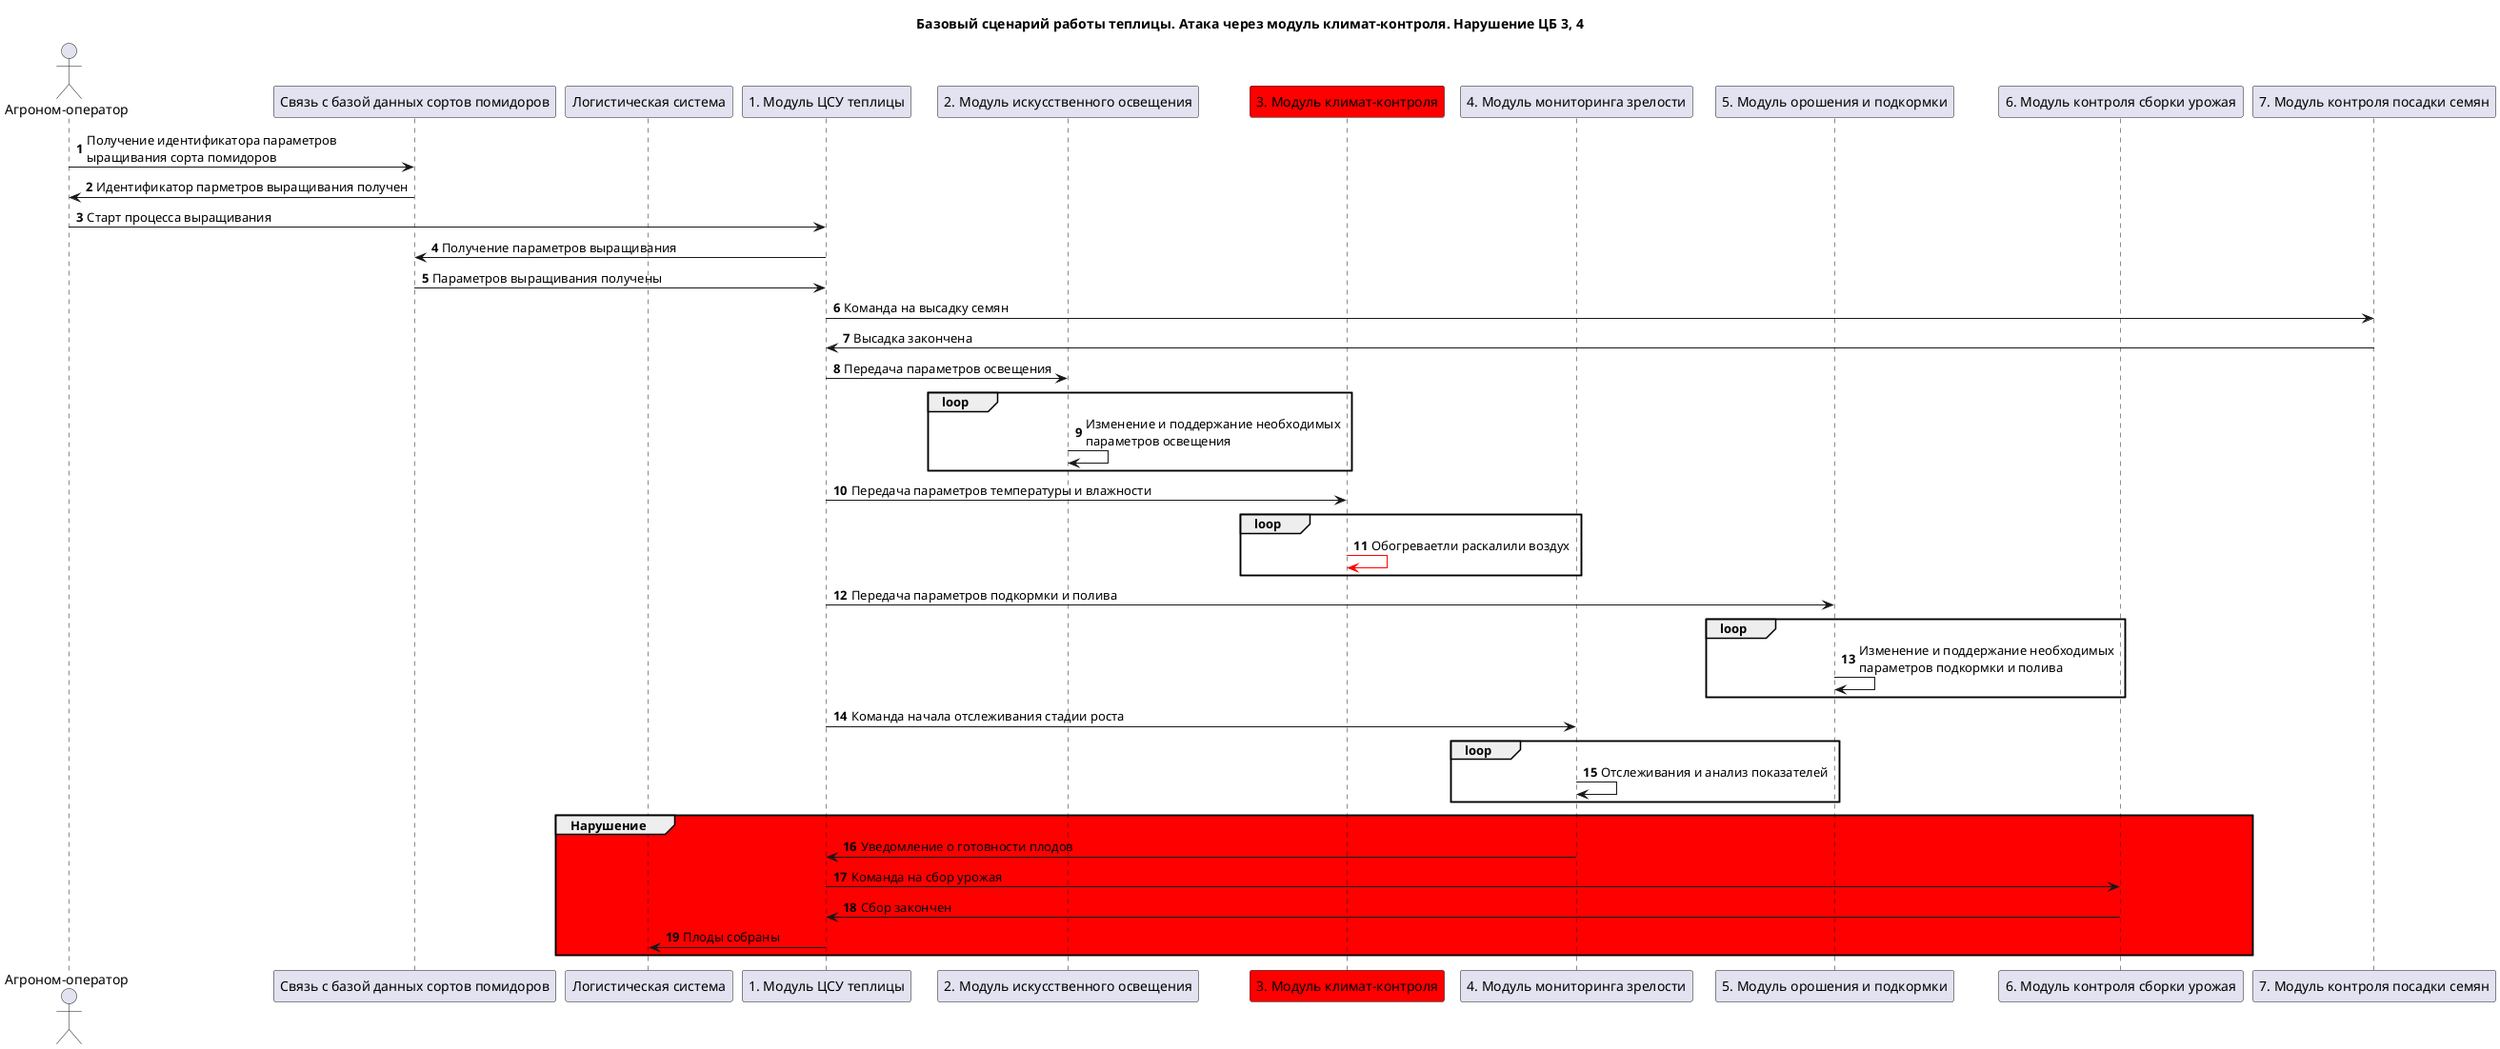
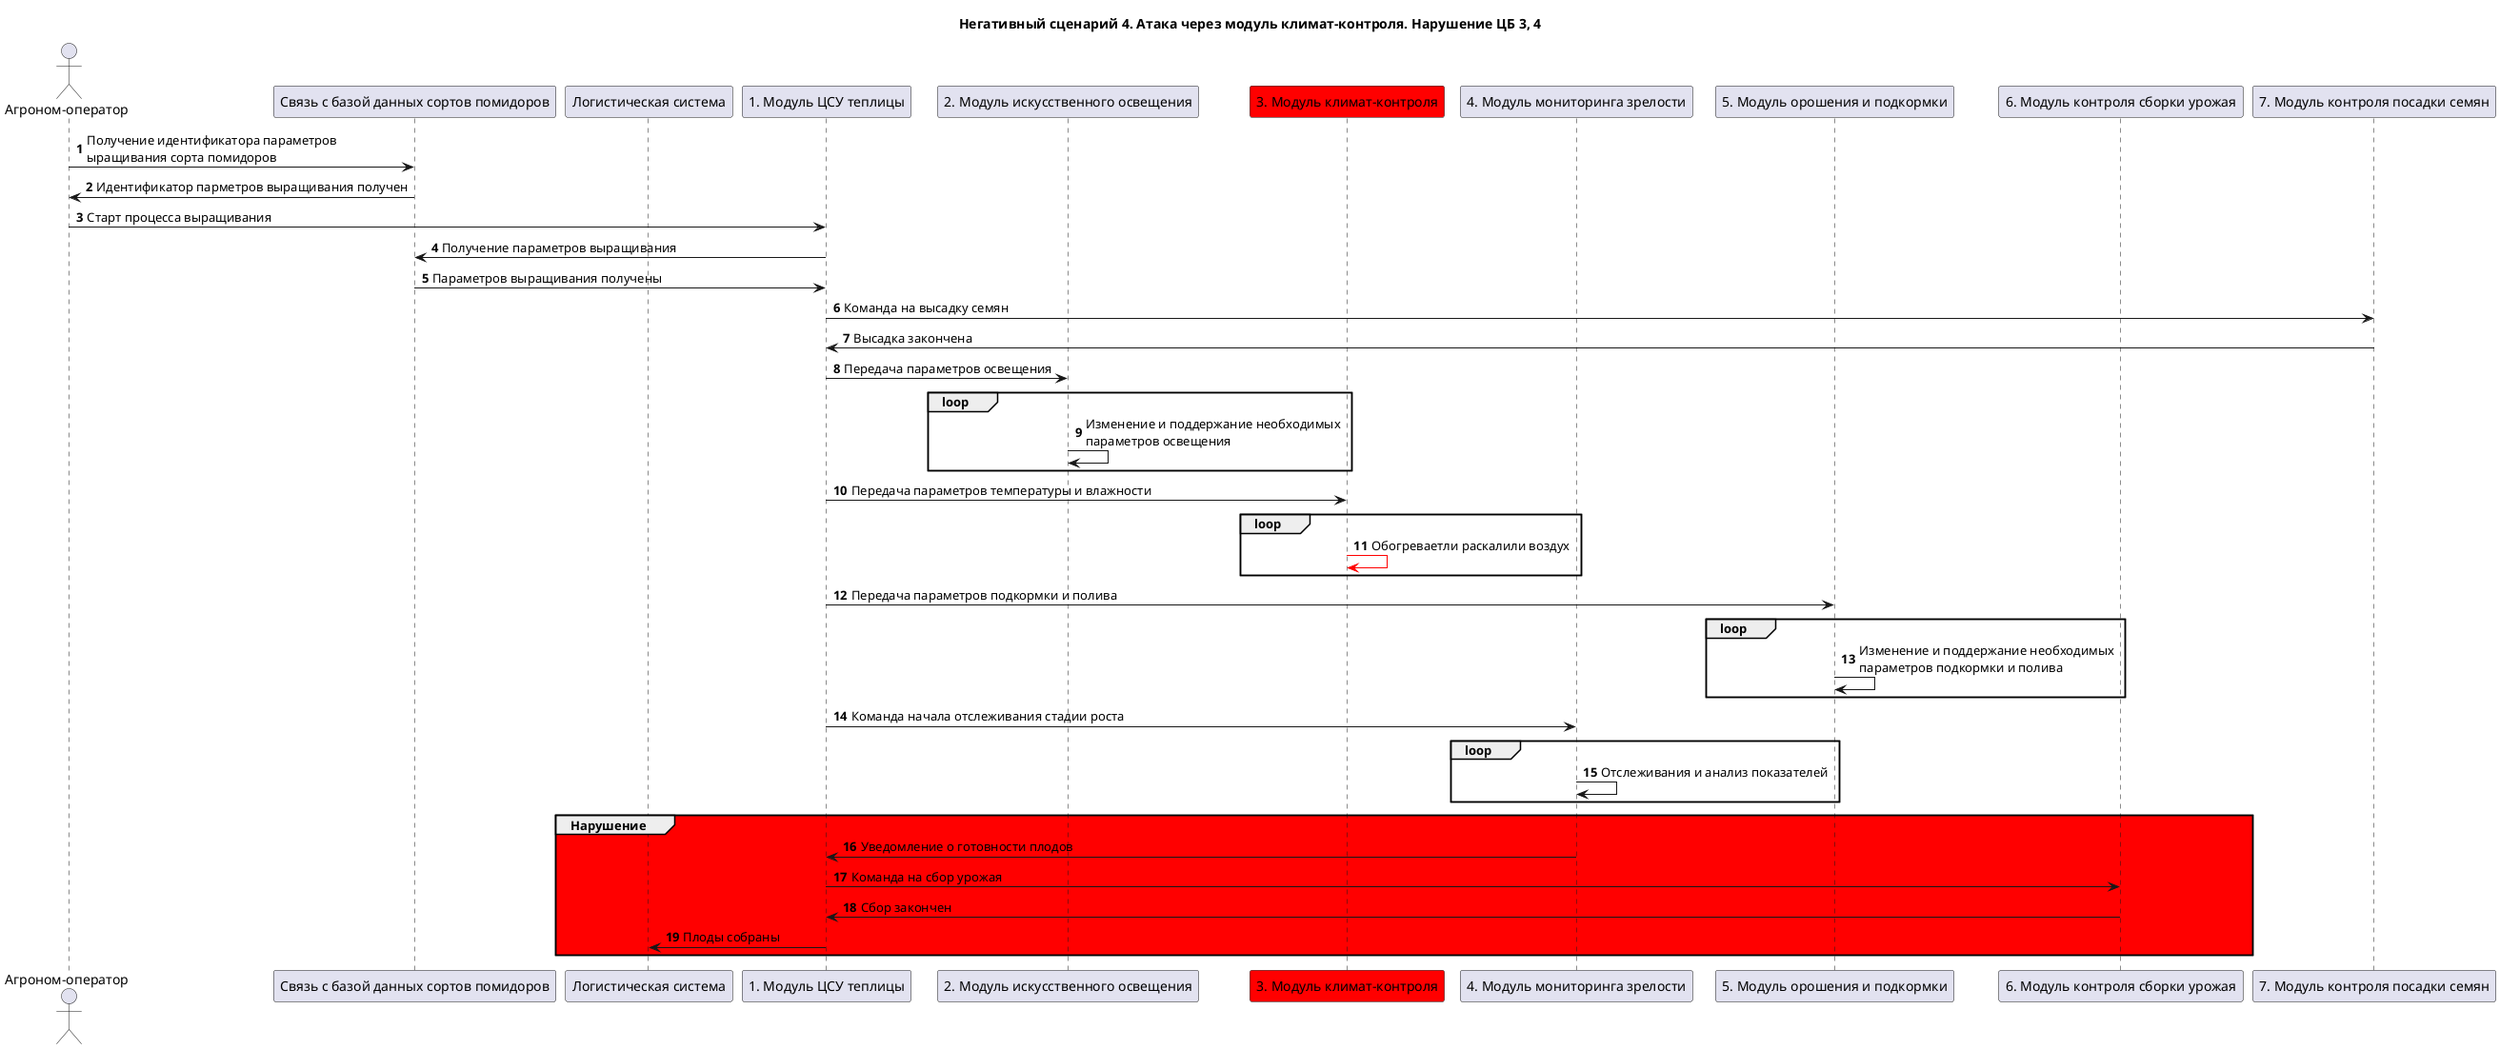
@startuml "ns-4"

- title "Базовый сценарий работы теплицы. Атака через модуль климат-контроля. Нарушение ЦБ 3, 4"
+ title "Негативный сценарий 4. Атака через модуль климат-контроля. Нарушение ЦБ 3, 4"

actor "Агроном-оператор" as operator
participant "Связь с базой данных сортов помидоров" as tomato_db
participant "Логистическая система" as logistics_system
participant "1. Модуль ЦСУ теплицы" as main_control_module
participant "2. Модуль искусственного освещения" as lighting_module
participant "3. Модуль климат-контроля" as climate_control_module #red
participant "4. Модуль мониторинга зрелости" as ripeness_monitor_module
participant "5. Модуль орошения и подкормки" as irrigation_module
participant "6. Модуль контроля сборки урожая" as harvesting_module
participant "7. Модуль контроля посадки семян" as planting_module

autonumber

operator -> tomato_db: Получение идентификатора параметров\nыращивания сорта помидоров
tomato_db -> operator: Идентификатор парметров выращивания получен

operator -> main_control_module: Старт процесса выращивания

main_control_module -> tomato_db: Получение параметров выращивания
tomato_db -> main_control_module: Параметров выращивания получены

main_control_module -> planting_module: Команда на высадку семян
planting_module -> main_control_module: Высадка закончена

main_control_module -> lighting_module: Передача параметров освещения
loop
lighting_module -> lighting_module: Изменение и поддержание необходимых\nпараметров освещения
end

main_control_module -> climate_control_module: Передача параметров температуры и влажности
loop
climate_control_module -[#red]> climate_control_module: Обогреваетли раскалили воздух
end

main_control_module -> irrigation_module: Передача параметров подкормки и полива
loop
irrigation_module -> irrigation_module: Изменение и поддержание необходимых\nпараметров подкормки и полива
end

main_control_module -> ripeness_monitor_module: Команда начала отслеживания стадии роста
loop
ripeness_monitor_module -> ripeness_monitor_module: Отслеживания и анализ показателей
end

group #red Нарушение
ripeness_monitor_module -> main_control_module: Уведомление о готовности плодов

main_control_module -> harvesting_module: Команда на сбор урожая
harvesting_module -> main_control_module: Сбор закончен

main_control_module -> logistics_system: Плоды собраны
end

@enduml